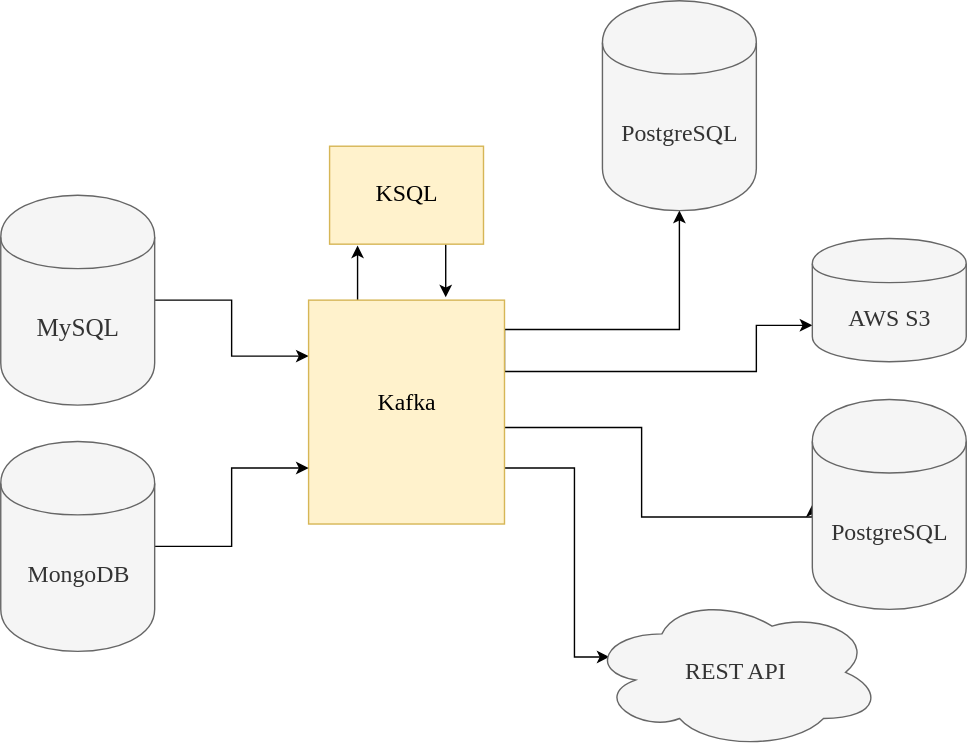
The draw.io diagram images/Summary.svg in szczeles/jekyll-now, before a commit. Source tidied: cells renumbered, new cells last; positions are measured from the earlier drawing's top-left corner, leaving out a move shared by most shapes.
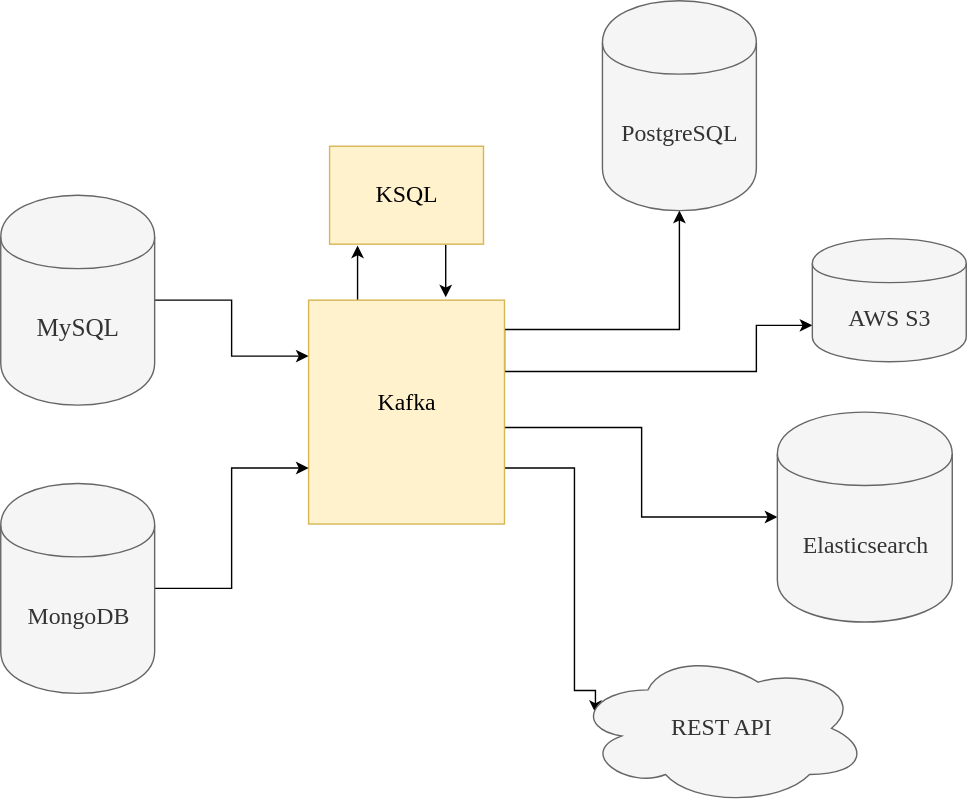
The same file after the commit.

What changed in the source:
```diff
@@ -37,7 +37,8 @@
       <mxGeometry relative="1" as="geometry">
         <Array as="points">
           <mxPoint x="410" y="334" />
-          <mxPoint x="410" y="469" />
+          <mxPoint x="410" y="493" />
+          <mxPoint x="425" y="493" />
         </Array>
       </mxGeometry>
     </mxCell>
@@ -50,7 +51,7 @@
       <mxGeometry x="220" y="214" width="140" height="160" as="geometry" />
     </mxCell>
     <mxCell id="10" value="&lt;div style=&quot;font-size: 17px&quot;&gt;&lt;font style=&quot;font-size: 17px&quot; face=&quot;Verdana&quot;&gt;REST API&lt;br&gt;&lt;/font&gt;&lt;/div&gt;" style="ellipse;shape=cloud;whiteSpace=wrap;html=1;fillColor=#f5f5f5;strokeColor=#666666;fontColor=#333333;" parent="1" vertex="1">
-      <mxGeometry x="420" y="425" width="210" height="110" as="geometry" />
+      <mxGeometry x="410" y="465" width="210" height="110" as="geometry" />
     </mxCell>
     <mxCell id="11" style="edgeStyle=orthogonalEdgeStyle;rounded=0;jettySize=auto;html=1;exitX=0.75;exitY=1;exitDx=0;exitDy=0;entryX=0.7;entryY=-0.012;entryDx=0;entryDy=0;entryPerimeter=0;" parent="1" edge="1" source="12" target="9">
       <mxGeometry relative="1" as="geometry" />
@@ -58,8 +59,8 @@
     <mxCell id="12" value="&lt;div style=&quot;font-size: 17px&quot;&gt;&lt;font style=&quot;font-size: 17px&quot; face=&quot;Verdana&quot;&gt;KSQL&lt;/font&gt;&lt;font style=&quot;font-size: 17px&quot; face=&quot;Verdana&quot;&gt;&lt;br&gt;&lt;/font&gt;&lt;/div&gt;" style="rounded=0;whiteSpace=wrap;html=1;fillColor=#fff2cc;strokeColor=#d6b656;" parent="1" vertex="1">
       <mxGeometry x="235" y="104" width="110" height="70" as="geometry" />
     </mxCell>
-    <mxCell id="13" value="&lt;font style=&quot;font-size: 17px&quot; face=&quot;Verdana&quot;&gt;PostgreSQL&lt;/font&gt;" style="shape=cylinder;whiteSpace=wrap;html=1;boundedLbl=1;backgroundOutline=1;fillColor=#f5f5f5;strokeColor=#666666;fontColor=#333333;" parent="1" vertex="1">
-      <mxGeometry x="580" y="285" width="110" height="150" as="geometry" />
+    <mxCell id="13" value="&lt;font style=&quot;font-size: 17px&quot; face=&quot;Verdana&quot;&gt;Elasticsearch&lt;/font&gt;" style="shape=cylinder;whiteSpace=wrap;html=1;boundedLbl=1;backgroundOutline=1;fillColor=#f5f5f5;strokeColor=#666666;fontColor=#333333;" parent="1" vertex="1">
+      <mxGeometry x="555" y="294" width="125" height="150" as="geometry" />
     </mxCell>
     <mxCell id="14" value="&lt;font style=&quot;font-size: 17px&quot; face=&quot;Verdana&quot;&gt;PostgreSQL&lt;/font&gt;" style="shape=cylinder;whiteSpace=wrap;html=1;boundedLbl=1;backgroundOutline=1;fillColor=#f5f5f5;strokeColor=#666666;fontColor=#333333;" parent="1" vertex="1">
       <mxGeometry x="430" width="110" height="150" as="geometry" />
@@ -71,7 +72,7 @@
       <mxGeometry relative="1" as="geometry" />
     </mxCell>
     <mxCell id="17" value="&lt;font style=&quot;font-size: 17px&quot; face=&quot;Verdana&quot;&gt;MongoDB&lt;/font&gt;" style="shape=cylinder;whiteSpace=wrap;html=1;boundedLbl=1;backgroundOutline=1;fillColor=#f5f5f5;strokeColor=#666666;fontColor=#333333;" parent="1" vertex="1">
-      <mxGeometry y="315" width="110" height="150" as="geometry" />
+      <mxGeometry y="345" width="110" height="150" as="geometry" />
     </mxCell>
   </root>
 </mxGraphModel>
```
